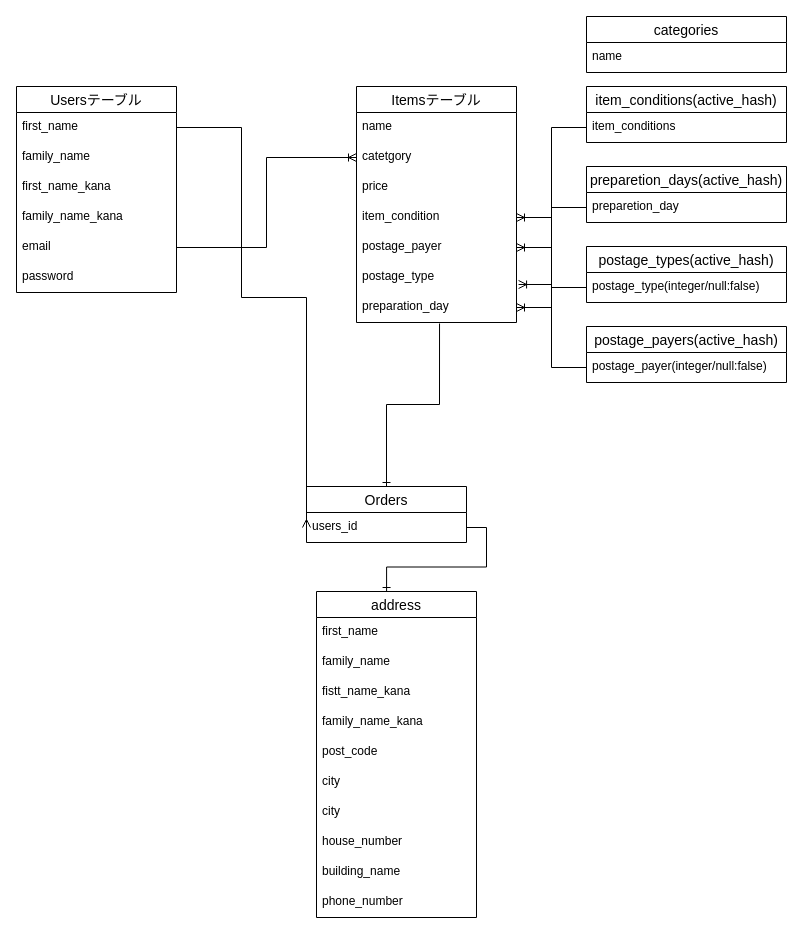
Earlier version of the draw.io diagram furima.dio (KIMIHARU-TAKEUCHI/furima-34253). Source tidied: cells renumbered, new cells numbered last; positions are measured from the earlier drawing's top-left corner, leaving out a move shared by most shapes. Both pictures are drawn from the tidied source at 100%, with x=0, y=0 at pixel (16, 16).
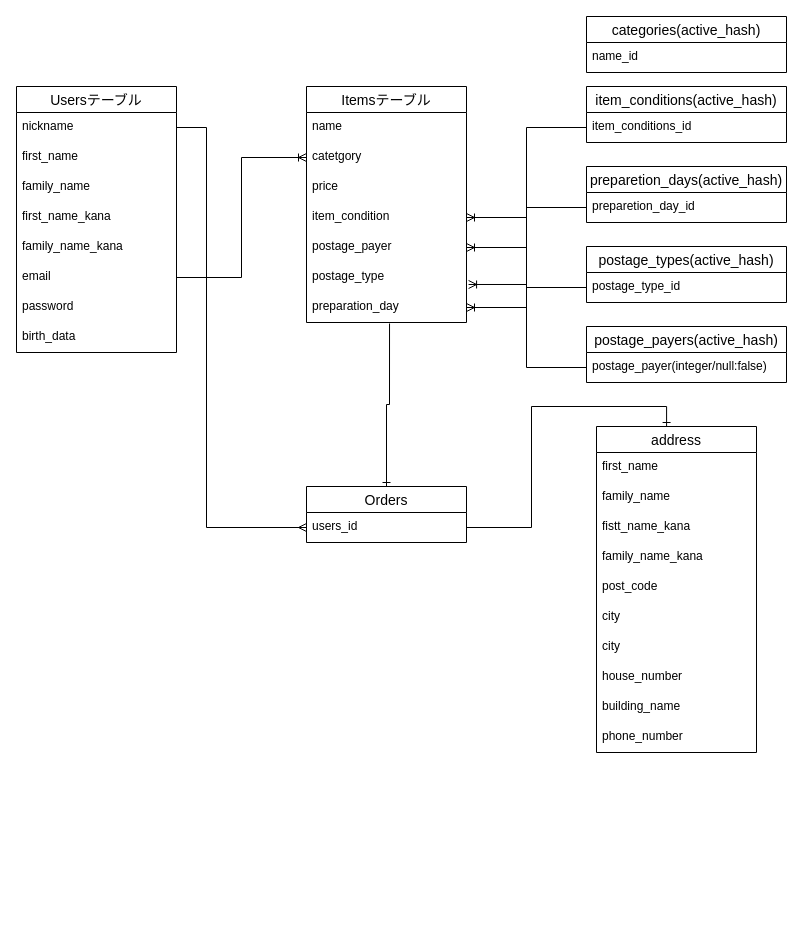
Above is the later version.

Commit message (it also covers changes not shown here):
usersカラム追記

The change refers to these unchanged cells:
```xml
<mxCell id="18" value="users_id" style="text;strokeColor=none;fillColor=none;spacingLeft=4;spacingRight=4;overflow=hidden;points=[[0,0.5],[1,0.5]];portConstraint=eastwest;fontSize=12;" parent="17" vertex="1">
  <mxGeometry y="26" width="160" height="30" as="geometry" />
</mxCell>
<mxCell id="34" value="item_conditions(active_hash)" style="swimlane;fontStyle=0;horizontal=1;startSize=26;align=center;fontSize=14;" parent="1" vertex="1">
  <mxGeometry x="570" y="70" width="200" height="56" as="geometry" />
</mxCell>
<mxCell id="37" value="preparetion_days(active_hash)" style="swimlane;fontStyle=0;horizontal=1;startSize=26;align=center;fontSize=14;" parent="1" vertex="1">
  <mxGeometry x="570" y="150" width="200" height="56" as="geometry" />
</mxCell>
<mxCell id="39" value="postage_types(active_hash)" style="swimlane;fontStyle=0;horizontal=1;startSize=26;align=center;fontSize=14;" parent="1" vertex="1">
  <mxGeometry x="570" y="230" width="200" height="56" as="geometry" />
</mxCell>
```

Diff of the diagram source:
```diff
@@
     <mxCell id="2" value="Usersテーブル" style="swimlane;fontStyle=0;horizontal=1;startSize=26;align=center;fontSize=14;" parent="1" vertex="1">
-      <mxGeometry y="70" width="160" height="206" as="geometry" />
+      <mxGeometry y="70" width="160" height="266" as="geometry" />
     </mxCell>
-    <mxCell id="3" value="first_name" style="text;strokeColor=none;fillColor=none;spacingLeft=4;spacingRight=4;overflow=hidden;points=[[0,0.5],[1,0.5]];portConstraint=eastwest;fontSize=12;" parent="2" vertex="1">
+    <mxCell id="3" value="nickname" style="text;strokeColor=none;fillColor=none;spacingLeft=4;spacingRight=4;overflow=hidden;points=[[0,0.5],[1,0.5]];portConstraint=eastwest;fontSize=12;" parent="2" vertex="1">
       <mxGeometry y="26" width="160" height="30" as="geometry" />
     </mxCell>
+    <mxCell id="48" value="first_name" style="text;strokeColor=none;fillColor=none;spacingLeft=4;spacingRight=4;overflow=hidden;fontSize=12;" parent="2" vertex="1">
+      <mxGeometry y="56" width="160" height="30" as="geometry" />
+    </mxCell>
     <mxCell id="4" value="family_name" style="text;strokeColor=none;fillColor=none;spacingLeft=4;spacingRight=4;overflow=hidden;fontSize=12;" parent="2" vertex="1">
-      <mxGeometry y="56" width="160" height="30" as="geometry" />
+      <mxGeometry y="86" width="160" height="30" as="geometry" />
     </mxCell>
     <mxCell id="5" value="first_name_kana" style="text;strokeColor=none;fillColor=none;spacingLeft=4;spacingRight=4;overflow=hidden;fontSize=12;" parent="2" vertex="1">
-      <mxGeometry y="86" width="160" height="30" as="geometry" />
+      <mxGeometry y="116" width="160" height="30" as="geometry" />
     </mxCell>
     <mxCell id="6" value="family_name_kana" style="text;strokeColor=none;fillColor=none;spacingLeft=4;spacingRight=4;overflow=hidden;fontSize=12;" parent="2" vertex="1">
-      <mxGeometry y="116" width="160" height="30" as="geometry" />
+      <mxGeometry y="146" width="160" height="30" as="geometry" />
     </mxCell>
     <mxCell id="7" value="email" style="text;strokeColor=none;fillColor=none;spacingLeft=4;spacingRight=4;overflow=hidden;points=[[0,0.5],[1,0.5]];portConstraint=eastwest;fontSize=12;" parent="2" vertex="1">
-      <mxGeometry y="146" width="160" height="30" as="geometry" />
+      <mxGeometry y="176" width="160" height="30" as="geometry" />
     </mxCell>
     <mxCell id="8" value="password" style="text;strokeColor=none;fillColor=none;spacingLeft=4;spacingRight=4;overflow=hidden;fontSize=12;" parent="2" vertex="1">
-      <mxGeometry y="176" width="160" height="30" as="geometry" />
+      <mxGeometry y="206" width="160" height="30" as="geometry" />
     </mxCell>
+    <mxCell id="49" value="birth_data" style="text;strokeColor=none;fillColor=none;spacingLeft=4;spacingRight=4;overflow=hidden;fontSize=12;" parent="2" vertex="1">
+      <mxGeometry y="236" width="160" height="30" as="geometry" />
+    </mxCell>
     <mxCell id="9" value="Itemsテーブル" style="swimlane;fontStyle=0;horizontal=1;startSize=26;align=center;fontSize=14;" parent="1" vertex="1">
-      <mxGeometry x="340" y="70" width="160" height="236" as="geometry" />
+      <mxGeometry x="290" y="70" width="160" height="236" as="geometry" />
     </mxCell>
@@
     <mxCell id="20" value="address" style="swimlane;fontStyle=0;horizontal=1;startSize=26;align=center;fontSize=14;" parent="1" vertex="1">
-      <mxGeometry x="300" y="575" width="160" height="326" as="geometry" />
+      <mxGeometry x="580" y="410" width="160" height="326" as="geometry" />
     </mxCell>
@@
     <mxCell id="33" style="edgeStyle=orthogonalEdgeStyle;rounded=0;jettySize=auto;html=1;entryX=0;entryY=0.5;entryDx=0;entryDy=0;endArrow=ERmany;endFill=0;" parent="1" edge="1" source="3" target="18">
       <mxGeometry relative="1" as="geometry">
         <Array as="points">
-          <mxPoint x="225" y="111" />
-          <mxPoint x="225" y="281" />
+          <mxPoint x="190" y="111" />
+          <mxPoint x="190" y="511" />
         </Array>
       </mxGeometry>
     </mxCell>
@@
-    <mxCell id="35" value="item_conditions" style="text;strokeColor=none;fillColor=none;spacingLeft=4;spacingRight=4;overflow=hidden;points=[[0,0.5],[1,0.5]];portConstraint=eastwest;fontSize=12;" parent="34" vertex="1">
+    <mxCell id="35" value="item_conditions_id" style="text;strokeColor=none;fillColor=none;spacingLeft=4;spacingRight=4;overflow=hidden;points=[[0,0.5],[1,0.5]];portConstraint=eastwest;fontSize=12;" parent="34" vertex="1">
       <mxGeometry y="26" width="200" height="30" as="geometry" />
     </mxCell>
@@
-    <mxCell id="38" value="preparetion_day" style="text;strokeColor=none;fillColor=none;spacingLeft=4;spacingRight=4;overflow=hidden;points=[[0,0.5],[1,0.5]];portConstraint=eastwest;fontSize=12;" parent="37" vertex="1">
+    <mxCell id="38" value="preparetion_day_id" style="text;strokeColor=none;fillColor=none;spacingLeft=4;spacingRight=4;overflow=hidden;points=[[0,0.5],[1,0.5]];portConstraint=eastwest;fontSize=12;" parent="37" vertex="1">
       <mxGeometry y="26" width="200" height="30" as="geometry" />
     </mxCell>
@@
-    <mxCell id="40" value="postage_type(integer/null:false)" style="text;strokeColor=none;fillColor=none;spacingLeft=4;spacingRight=4;overflow=hidden;points=[[0,0.5],[1,0.5]];portConstraint=eastwest;fontSize=12;" parent="39" vertex="1">
+    <mxCell id="40" value="postage_type_id" style="text;strokeColor=none;fillColor=none;spacingLeft=4;spacingRight=4;overflow=hidden;points=[[0,0.5],[1,0.5]];portConstraint=eastwest;fontSize=12;" parent="39" vertex="1">
       <mxGeometry y="26" width="200" height="30" as="geometry" />
     </mxCell>
@@
-    <mxCell id="43" value="categories" style="swimlane;fontStyle=0;horizontal=1;startSize=26;align=center;fontSize=14;" parent="1" vertex="1">
+    <mxCell id="43" value="categories(active_hash)" style="swimlane;fontStyle=0;horizontal=1;startSize=26;align=center;fontSize=14;" parent="1" vertex="1">
       <mxGeometry x="570" width="200" height="56" as="geometry" />
     </mxCell>
-    <mxCell id="44" value="name" style="text;strokeColor=none;fillColor=none;spacingLeft=4;spacingRight=4;overflow=hidden;fontSize=12;" parent="43" vertex="1">
+    <mxCell id="44" value="name_id" style="text;strokeColor=none;fillColor=none;spacingLeft=4;spacingRight=4;overflow=hidden;fontSize=12;" parent="43" vertex="1">
       <mxGeometry y="26" width="200" height="30" as="geometry" />
     </mxCell>
```
